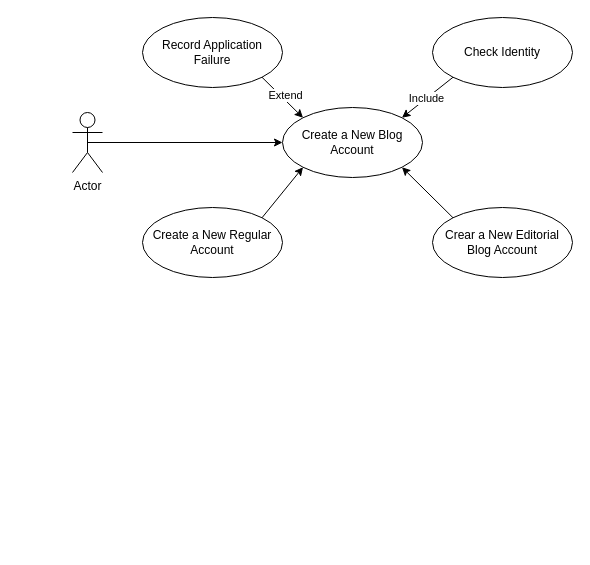
jdrguez/ETS keeps this draw.io diagram as ejemplo.drawio. Above is the earlier version. Source tidied: cells renumbered, new cells numbered last; positions are measured from the earlier drawing's top-left corner, leaving out a move shared by most shapes. Both pictures are drawn from the tidied source at 100%, with x=0, y=0 at pixel (72, 17).
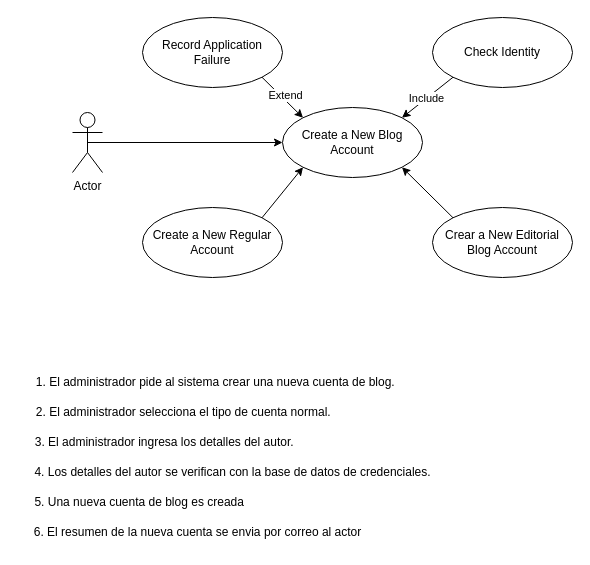
Above is the later version.

What changed in the source:
```diff
@@
+    <mxCell id="15" value="1. El administrador pide al sistema crear una nueva cuenta de blog.&lt;span style=&quot;white-space: pre;&quot;&gt;&#9;&lt;/span&gt;" style="text;html=1;align=center;verticalAlign=middle;strokeColor=none;fillColor=none;" parent="1" vertex="1">
+      <mxGeometry x="-50" y="350" width="400" height="30" as="geometry" />
+    </mxCell>
+    <mxCell id="16" value="&amp;nbsp;2. El administrador selecciona el tipo de cuenta normal.&lt;span style=&quot;white-space: pre;&quot;&gt;&#9;&lt;/span&gt;" style="text;html=1;align=center;verticalAlign=middle;strokeColor=none;fillColor=none;" parent="1" vertex="1">
+      <mxGeometry x="-50" y="380" width="340" height="30" as="geometry" />
+    </mxCell>
+    <mxCell id="17" value="&amp;nbsp;3. El administrador ingresa los detalles del autor." style="text;html=1;align=center;verticalAlign=middle;strokeColor=none;fillColor=none;" parent="1" vertex="1">
+      <mxGeometry x="-50" y="410" width="280" height="30" as="geometry" />
+    </mxCell>
+    <mxCell id="18" value="4. Los detalles del autor se verifican con la base de datos de credenciales." style="text;html=1;align=center;verticalAlign=middle;strokeColor=none;fillColor=none;" parent="1" vertex="1">
+      <mxGeometry x="-50" y="440" width="420" height="30" as="geometry" />
+    </mxCell>
+    <mxCell id="19" value="&amp;nbsp;5. Una nueva cuenta de blog es creada" style="text;html=1;align=center;verticalAlign=middle;strokeColor=none;fillColor=none;" parent="1" vertex="1">
+      <mxGeometry x="-55" y="470" width="240" height="30" as="geometry" />
+    </mxCell>
+    <mxCell id="20" value="6. El resumen de la nueva cuenta se envia por correo al actor" style="text;html=1;align=center;verticalAlign=middle;strokeColor=none;fillColor=none;" parent="1" vertex="1">
+      <mxGeometry x="-50" y="500" width="350" height="30" as="geometry" />
+    </mxCell>
```
